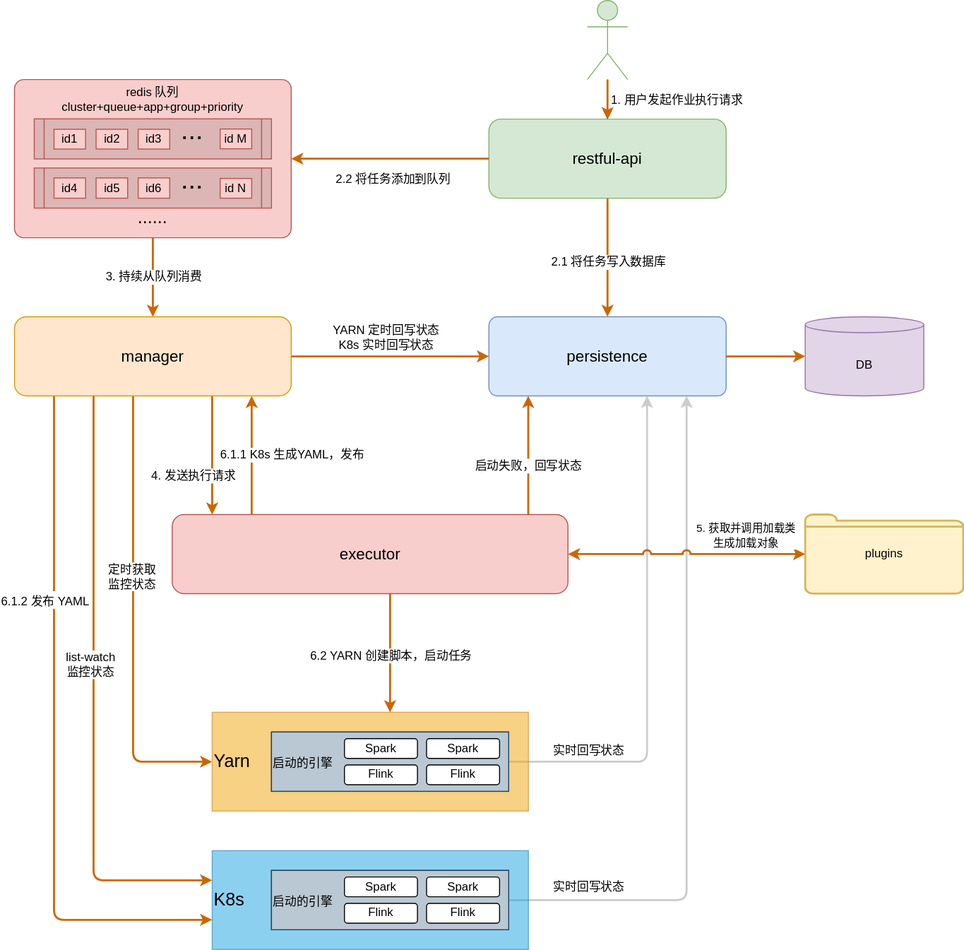
The draw.io diagram doc/assets/img/engine_execution.svg in rarexixi/maple, before a commit. Source tidied: cells renumbered, new cells last; positions are measured from the earlier drawing's top-left corner, leaving out a move shared by most shapes.
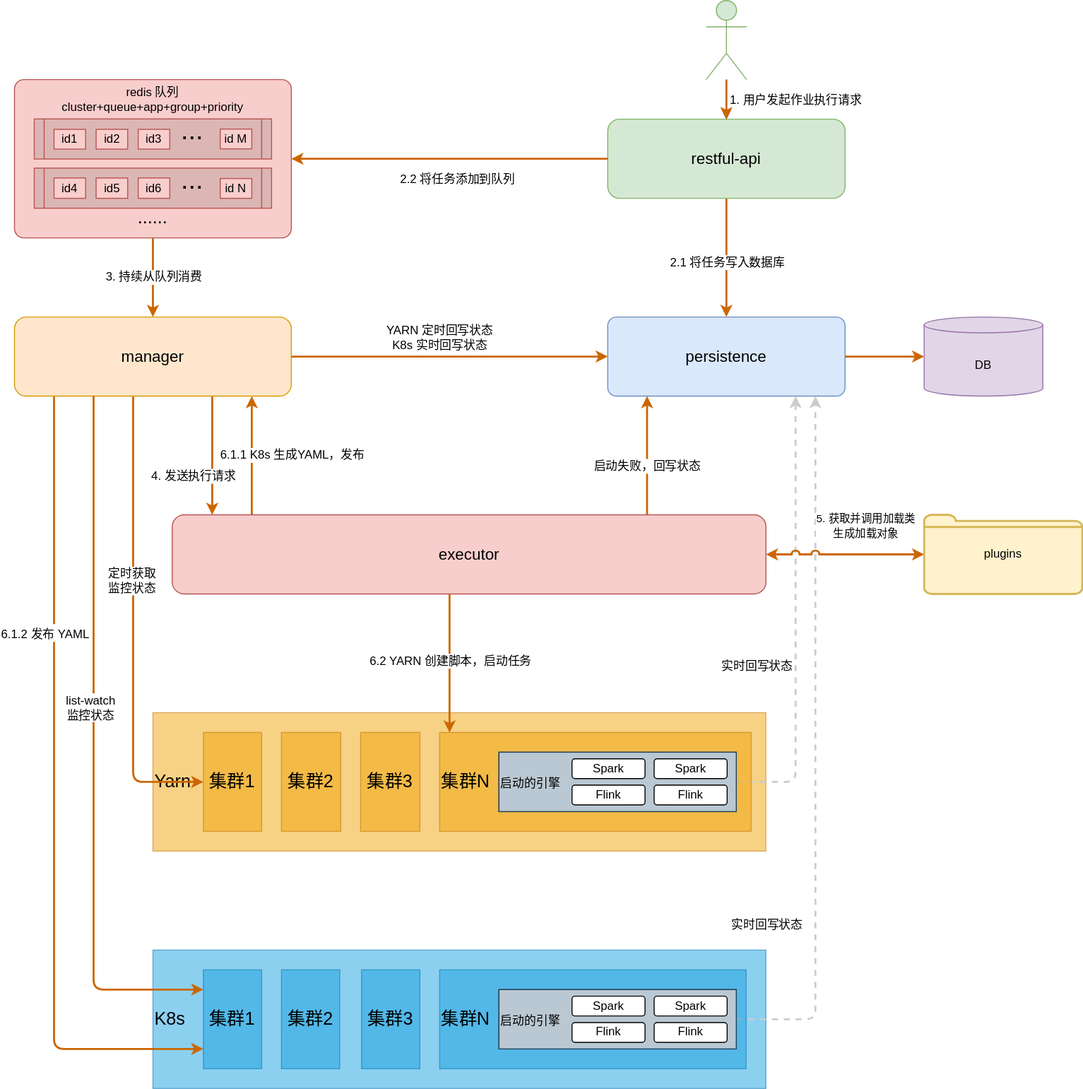
After the commit.

Change to the diagram source:
```diff
@@ -2,6 +2,12 @@
   <root>
     <mxCell id="0" />
     <mxCell id="1" parent="0" />
+    <mxCell id="72" value="&lt;font color=&quot;#000000&quot;&gt;K8s&lt;/font&gt;" style="rounded=1;whiteSpace=wrap;html=1;fontSize=18;arcSize=0;fillColor=#1ba1e2;align=left;strokeColor=#006EAF;opacity=50;fontColor=#ffffff;" parent="1" vertex="1">
+      <mxGeometry x="140" y="960" width="620" height="140" as="geometry" />
+    </mxCell>
+    <mxCell id="73" value="Yarn" style="rounded=1;whiteSpace=wrap;html=1;fontSize=18;arcSize=0;fillColor=#f0a30a;align=left;strokeColor=#BD7000;opacity=50;fontColor=#000000;" parent="1" vertex="1">
+      <mxGeometry x="140" y="720" width="620" height="140" as="geometry" />
+    </mxCell>
     <mxCell id="2" style="rounded=1;whiteSpace=wrap;html=1;arcSize=6;fillColor=#f8cecc;strokeColor=#b85450;" parent="1" vertex="1">
       <mxGeometry y="80" width="280" height="160" as="geometry" />
     </mxCell>
@@ -11,32 +17,32 @@
     <mxCell id="4" style="shape=process;whiteSpace=wrap;html=1;backgroundOutline=1;fillColor=#DBB6B4;size=0.041666666666666664;strokeColor=#b85450;" parent="1" vertex="1">
       <mxGeometry x="20" y="119.7" width="240" height="40.5" as="geometry" />
     </mxCell>
-    <mxCell id="5" style="edgeStyle=orthogonalEdgeStyle;html=1;fontSize=12;startArrow=none;startFill=0;endArrow=classic;endFill=1;strokeWidth=2;strokeColor=#CCCCCC;jumpStyle=arc;" parent="1" edge="1" source="45" target="15">
+    <mxCell id="5" style="edgeStyle=orthogonalEdgeStyle;html=1;fontSize=12;startArrow=none;startFill=0;endArrow=classic;endFill=1;strokeWidth=2;strokeColor=#CCCCCC;jumpStyle=arc;dashed=1;" parent="1" edge="1" source="45" target="15">
       <mxGeometry relative="1" as="geometry">
         <Array as="points">
-          <mxPoint x="680" y="910" />
+          <mxPoint x="810" y="1030" />
         </Array>
       </mxGeometry>
     </mxCell>
     <mxCell id="6" value="实时回写状态" style="edgeLabel;html=1;align=center;verticalAlign=middle;fontSize=12;" parent="5" vertex="1">
       <mxGeometry x="-0.12" y="-4" relative="1" as="geometry">
-        <mxPoint x="-104" y="110" as="offset" />
+        <mxPoint x="-54" y="136" as="offset" />
       </mxGeometry>
     </mxCell>
-    <mxCell id="7" style="edgeStyle=orthogonalEdgeStyle;html=1;fontSize=12;startArrow=none;startFill=0;endArrow=classic;endFill=1;strokeWidth=2;strokeColor=#CCCCCC;jumpStyle=arc;" parent="1" edge="1" source="61" target="15">
+    <mxCell id="7" style="edgeStyle=orthogonalEdgeStyle;html=1;fontSize=12;startArrow=none;startFill=0;endArrow=classic;endFill=1;strokeWidth=2;strokeColor=#CCCCCC;jumpStyle=arc;dashed=1;" parent="1" edge="1" source="61" target="15">
       <mxGeometry relative="1" as="geometry">
         <Array as="points">
-          <mxPoint x="640" y="770" />
+          <mxPoint x="790" y="790" />
         </Array>
       </mxGeometry>
     </mxCell>
     <mxCell id="8" value="实时回写状态" style="edgeLabel;html=1;align=center;verticalAlign=middle;fontSize=12;" parent="7" vertex="1">
       <mxGeometry x="-0.12" y="-4" relative="1" as="geometry">
-        <mxPoint x="-64" y="72" as="offset" />
+        <mxPoint x="-44" y="20" as="offset" />
       </mxGeometry>
     </mxCell>
     <mxCell id="9" style="group;" parent="1" vertex="1">
-      <mxGeometry x="800" y="520" width="160" height="80" as="geometry" />
+      <mxGeometry x="920" y="520" width="160" height="80" as="geometry" />
     </mxCell>
     <mxCell id="10" style="html=1;verticalLabelPosition=bottom;align=center;labelBackgroundColor=#ffffff;verticalAlign=top;strokeWidth=2;shadow=0;dashed=0;shape=mxgraph.ios7.icons.folder;fontSize=12;fillColor=#fff2cc;strokeColor=#d6b656;" parent="9" vertex="1">
       <mxGeometry width="160" height="80" as="geometry" />
@@ -53,13 +59,13 @@
       </mxGeometry>
     </mxCell>
     <mxCell id="14" value="&lt;p style=&quot;font-size: 16px;&quot;&gt;restful-api&lt;/p&gt;" style="rounded=1;whiteSpace=wrap;html=1;fillColor=#d5e8d4;strokeColor=#82b366;fontSize=16;" parent="1" vertex="1">
-      <mxGeometry x="480" y="120" width="240" height="80" as="geometry" />
+      <mxGeometry x="600" y="120" width="240" height="80" as="geometry" />
     </mxCell>
     <mxCell id="15" value="persistence" style="rounded=1;whiteSpace=wrap;html=1;arcSize=11;fillColor=#dae8fc;strokeColor=#6c8ebf;fontSize=16;" parent="1" vertex="1">
-      <mxGeometry x="480" y="320" width="240" height="80" as="geometry" />
+      <mxGeometry x="600" y="320" width="240" height="80" as="geometry" />
     </mxCell>
     <mxCell id="16" value="&lt;font style=&quot;font-size: 12px;&quot;&gt;DB&lt;/font&gt;" style="shape=cylinder3;whiteSpace=wrap;html=1;boundedLbl=1;backgroundOutline=1;size=8;fontSize=18;fillColor=#e1d5e7;strokeColor=#9673a6;" parent="1" vertex="1">
-      <mxGeometry x="800" y="320" width="120" height="80" as="geometry" />
+      <mxGeometry x="920" y="320" width="120" height="80" as="geometry" />
     </mxCell>
     <mxCell id="17" style="edgeStyle=none;html=1;fontSize=12;" parent="1" edge="1" source="35" target="14">
       <mxGeometry relative="1" as="geometry" />
@@ -80,13 +86,12 @@
         <mxPoint x="-6" y="17" as="offset" />
       </mxGeometry>
     </mxCell>
-    <mxCell id="22" style="html=1;strokeWidth=2;strokeColor=#CC6600;edgeStyle=elbowEdgeStyle;" parent="1" edge="1">
+    <mxCell id="22" style="html=1;strokeWidth=2;strokeColor=#CC6600;edgeStyle=elbowEdgeStyle;" parent="1" edge="1" source="28">
       <mxGeometry relative="1" as="geometry">
-        <mxPoint x="519.8" y="520" as="sourcePoint" />
-        <mxPoint x="519.8" y="400" as="targetPoint" />
+        <mxPoint x="639.8" y="400" as="targetPoint" />
         <Array as="points">
-          <mxPoint x="519.8" y="420" />
-          <mxPoint x="489.8" y="380" />
+          <mxPoint x="639.8" y="420" />
+          <mxPoint x="609.8" y="380" />
         </Array>
       </mxGeometry>
     </mxCell>
@@ -95,11 +100,10 @@
         <mxPoint x="-1" y="3" as="offset" />
       </mxGeometry>
     </mxCell>
-    <mxCell id="24" style="html=1;strokeWidth=2;strokeColor=#CC6600;edgeStyle=orthogonalEdgeStyle;" parent="1" edge="1" source="33" target="39">
+    <mxCell id="24" style="html=1;strokeWidth=2;strokeColor=#CC6600;edgeStyle=orthogonalEdgeStyle;" parent="1" edge="1" source="33" target="74">
       <mxGeometry relative="1" as="geometry">
         <Array as="points">
-          <mxPoint x="120" y="600" />
-          <mxPoint x="120" y="600" />
+          <mxPoint x="120" y="790" />
         </Array>
       </mxGeometry>
     </mxCell>
@@ -122,7 +126,7 @@
       </mxGeometry>
     </mxCell>
     <mxCell id="28" value="&lt;p style=&quot;font-size: 16px;&quot;&gt;executor&lt;br style=&quot;font-size: 16px;&quot;&gt;&lt;/p&gt;" style="rounded=1;whiteSpace=wrap;html=1;fontSize=16;fillColor=#f8cecc;strokeColor=#b85450;" parent="1" vertex="1">
-      <mxGeometry x="159.6" y="520" width="400.4" height="80" as="geometry" />
+      <mxGeometry x="159.6" y="520" width="600.4" height="80" as="geometry" />
     </mxCell>
     <mxCell id="29" style="edgeStyle=elbowEdgeStyle;html=1;strokeWidth=2;strokeColor=#CC6600;" parent="1" edge="1" source="33" target="28">
       <mxGeometry relative="1" as="geometry">
@@ -142,10 +146,10 @@
         <mxPoint x="-22" y="30" as="offset" />
       </mxGeometry>
     </mxCell>
-    <mxCell id="31" style="edgeStyle=orthogonalEdgeStyle;html=1;fontSize=16;elbow=vertical;strokeWidth=2;strokeColor=#CC6600;" parent="1" edge="1" source="33" target="38">
+    <mxCell id="31" style="edgeStyle=orthogonalEdgeStyle;html=1;fontSize=16;elbow=vertical;strokeWidth=2;strokeColor=#CC6600;" parent="1" edge="1" source="33" target="77">
       <mxGeometry relative="1" as="geometry">
         <Array as="points">
-          <mxPoint x="40" y="930" />
+          <mxPoint x="40" y="1060" />
         </Array>
       </mxGeometry>
     </mxCell>
@@ -161,7 +165,7 @@
       <mxGeometry relative="1" as="geometry" />
     </mxCell>
     <mxCell id="35" style="shape=umlActor;verticalLabelPosition=bottom;verticalAlign=top;html=1;outlineConnect=0;fontSize=12;fillColor=#d5e8d4;strokeColor=#82b366;" parent="1" vertex="1">
-      <mxGeometry x="579.6" width="40.9" height="80" as="geometry" />
+      <mxGeometry x="699.6" width="40.9" height="80" as="geometry" />
     </mxCell>
     <mxCell id="36" style="edgeStyle=orthogonalEdgeStyle;html=1;fontSize=12;strokeWidth=2;strokeColor=#CC6600;" parent="1" edge="1" source="2" target="33">
       <mxGeometry relative="1" as="geometry">
@@ -176,17 +180,17 @@
         <mxPoint y="4" as="offset" />
       </mxGeometry>
     </mxCell>
-    <mxCell id="38" value="&lt;font color=&quot;#000000&quot;&gt;K8s&lt;/font&gt;" style="rounded=1;whiteSpace=wrap;html=1;fontSize=18;arcSize=0;fillColor=#1ba1e2;align=left;strokeColor=#006EAF;opacity=50;fontColor=#ffffff;" parent="1" vertex="1">
-      <mxGeometry x="200" y="860" width="320" height="100" as="geometry" />
+    <mxCell id="38" value="&lt;font color=&quot;#000000&quot;&gt;集群N&lt;/font&gt;" style="rounded=1;whiteSpace=wrap;html=1;fontSize=18;arcSize=0;fillColor=#1ba1e2;align=left;strokeColor=#006EAF;opacity=50;fontColor=#ffffff;" parent="1" vertex="1">
+      <mxGeometry x="430" y="980" width="310" height="100" as="geometry" />
     </mxCell>
-    <mxCell id="39" value="Yarn" style="rounded=1;whiteSpace=wrap;html=1;fontSize=18;arcSize=0;fillColor=#f0a30a;align=left;strokeColor=#BD7000;opacity=50;fontColor=#000000;" parent="1" vertex="1">
-      <mxGeometry x="200" y="720" width="320" height="100" as="geometry" />
+    <mxCell id="39" value="集群N" style="rounded=1;whiteSpace=wrap;html=1;fontSize=18;arcSize=0;fillColor=#f0a30a;align=left;strokeColor=#BD7000;opacity=50;fontColor=#000000;" parent="1" vertex="1">
+      <mxGeometry x="430" y="740" width="315" height="100" as="geometry" />
     </mxCell>
     <mxCell id="40" style="html=1;fontSize=12;startArrow=none;startFill=0;endArrow=classic;endFill=1;strokeWidth=2;strokeColor=#CC6600;edgeStyle=orthogonalEdgeStyle;elbow=vertical;" parent="1" edge="1" source="28" target="39">
       <mxGeometry relative="1" as="geometry">
         <Array as="points">
-          <mxPoint x="380" y="650" />
-          <mxPoint x="380" y="650" />
+          <mxPoint x="440" y="700" />
+          <mxPoint x="440" y="700" />
         </Array>
       </mxGeometry>
     </mxCell>
@@ -195,10 +199,10 @@
         <mxPoint x="1" y="36" as="offset" />
       </mxGeometry>
     </mxCell>
-    <mxCell id="42" style="edgeStyle=orthogonalEdgeStyle;html=1;strokeWidth=2;strokeColor=#CC6600;" parent="1" edge="1" source="33" target="38">
+    <mxCell id="42" style="edgeStyle=orthogonalEdgeStyle;html=1;strokeWidth=2;strokeColor=#CC6600;" parent="1" edge="1" source="33" target="77">
       <mxGeometry relative="1" as="geometry">
         <Array as="points">
-          <mxPoint x="80" y="890" />
+          <mxPoint x="80" y="1000" />
         </Array>
       </mxGeometry>
     </mxCell>
@@ -208,7 +212,7 @@
       </mxGeometry>
     </mxCell>
     <mxCell id="44" style="group;fillColor=#cce5ff;strokeColor=#36393d;" parent="1" vertex="1">
-      <mxGeometry x="260" y="880" width="240" height="60" as="geometry" />
+      <mxGeometry x="490" y="1000" width="240" height="60" as="geometry" />
     </mxCell>
     <mxCell id="45" value="&lt;span style=&quot;color: rgb(0, 0, 0); font-size: 12px;&quot;&gt;&amp;nbsp; 启动的引擎&lt;/span&gt;" style="rounded=1;whiteSpace=wrap;html=1;fontSize=18;arcSize=0;fillColor=#bac8d3;strokeColor=#23445d;align=left;" parent="44" vertex="1">
       <mxGeometry width="240" height="60" as="geometry" />
@@ -263,7 +267,7 @@
       <mxGeometry x="125.1" y="179.4" width="31.9" height="20.6" as="geometry" />
     </mxCell>
     <mxCell id="60" style="group;fillColor=#cce5ff;strokeColor=#36393d;" parent="1" vertex="1">
-      <mxGeometry x="260" y="740" width="240" height="60" as="geometry" />
+      <mxGeometry x="490" y="760" width="240" height="60" as="geometry" />
     </mxCell>
     <mxCell id="61" value="&lt;span style=&quot;color: rgb(0, 0, 0); font-size: 12px;&quot;&gt;&amp;nbsp; 启动的引擎&lt;/span&gt;" style="rounded=1;whiteSpace=wrap;html=1;fontSize=18;arcSize=0;fillColor=#bac8d3;strokeColor=#23445d;align=left;" parent="60" vertex="1">
       <mxGeometry width="240" height="60" as="geometry" />
@@ -285,7 +289,7 @@
     </mxCell>
     <mxCell id="67" value="&lt;span style=&quot;font-size: 11px;&quot;&gt;5. 获取并调用加载类&lt;/span&gt;&lt;br style=&quot;border-color: var(--border-color); font-size: 11px;&quot;&gt;&lt;span style=&quot;font-size: 11px;&quot;&gt;生成加载对象&lt;/span&gt;" style="edgeLabel;html=1;align=center;verticalAlign=middle;fontSize=12;" parent="66" vertex="1">
       <mxGeometry x="0.26" y="4" relative="1" as="geometry">
-        <mxPoint x="91" y="-24" as="offset" />
+        <mxPoint x="41" y="-34" as="offset" />
       </mxGeometry>
     </mxCell>
     <mxCell id="68" value="id M" style="rounded=0;whiteSpace=wrap;html=1;fontSize=12;fillColor=#f8cecc;strokeColor=#b85450;" parent="1" vertex="1">
@@ -300,5 +304,23 @@
     <mxCell id="71" value="&lt;font style=&quot;font-size: 27px;&quot;&gt;...&lt;/font&gt;" style="text;html=1;strokeColor=none;fillColor=none;align=center;verticalAlign=bottom;whiteSpace=wrap;rounded=0;" parent="1" vertex="1">
       <mxGeometry x="160" y="180" width="40" height="20" as="geometry" />
     </mxCell>
+    <mxCell id="74" value="集群1" style="rounded=1;whiteSpace=wrap;html=1;fontSize=18;arcSize=0;fillColor=#f0a30a;align=center;strokeColor=#BD7000;opacity=50;fontColor=#000000;" parent="1" vertex="1">
+      <mxGeometry x="191" y="740" width="59" height="100" as="geometry" />
+    </mxCell>
+    <mxCell id="75" value="集群2" style="rounded=1;whiteSpace=wrap;html=1;fontSize=18;arcSize=0;fillColor=#f0a30a;align=center;strokeColor=#BD7000;opacity=50;fontColor=#000000;" parent="1" vertex="1">
+      <mxGeometry x="270" y="740" width="60" height="100" as="geometry" />
+    </mxCell>
+    <mxCell id="76" value="集群3" style="rounded=1;whiteSpace=wrap;html=1;fontSize=18;arcSize=0;fillColor=#f0a30a;align=center;strokeColor=#BD7000;opacity=50;fontColor=#000000;" parent="1" vertex="1">
+      <mxGeometry x="350" y="740" width="60" height="100" as="geometry" />
+    </mxCell>
+    <mxCell id="77" value="&lt;font color=&quot;#000000&quot;&gt;集群1&lt;/font&gt;" style="rounded=1;whiteSpace=wrap;html=1;fontSize=18;arcSize=0;fillColor=#1ba1e2;align=center;strokeColor=#006EAF;opacity=50;fontColor=#ffffff;" parent="1" vertex="1">
+      <mxGeometry x="191" y="980" width="59" height="100" as="geometry" />
+    </mxCell>
+    <mxCell id="78" value="&lt;font color=&quot;#000000&quot;&gt;集群2&lt;/font&gt;" style="rounded=1;whiteSpace=wrap;html=1;fontSize=18;arcSize=0;fillColor=#1ba1e2;align=center;strokeColor=#006EAF;opacity=50;fontColor=#ffffff;" parent="1" vertex="1">
+      <mxGeometry x="270" y="980" width="59" height="100" as="geometry" />
+    </mxCell>
+    <mxCell id="79" value="&lt;font color=&quot;#000000&quot;&gt;集群3&lt;/font&gt;" style="rounded=1;whiteSpace=wrap;html=1;fontSize=18;arcSize=0;fillColor=#1ba1e2;align=center;strokeColor=#006EAF;opacity=50;fontColor=#ffffff;" parent="1" vertex="1">
+      <mxGeometry x="351" y="980" width="59" height="100" as="geometry" />
+    </mxCell>
   </root>
 </mxGraphModel>
```
